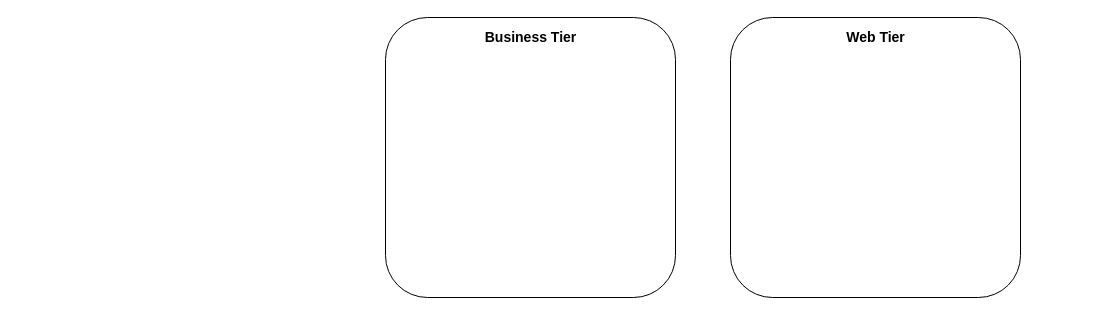
The draw.io diagram SnSLab6.drawio in LastMinuteBanter/DistinctionTaskUML, before the edit. Source tidied: cells renumbered, new cells numbered last; positions are measured from the earlier drawing's top-left corner, leaving out a move shared by most shapes. Both pictures are drawn from the tidied source at 100%, with x=0, y=0 at pixel (385, 17).
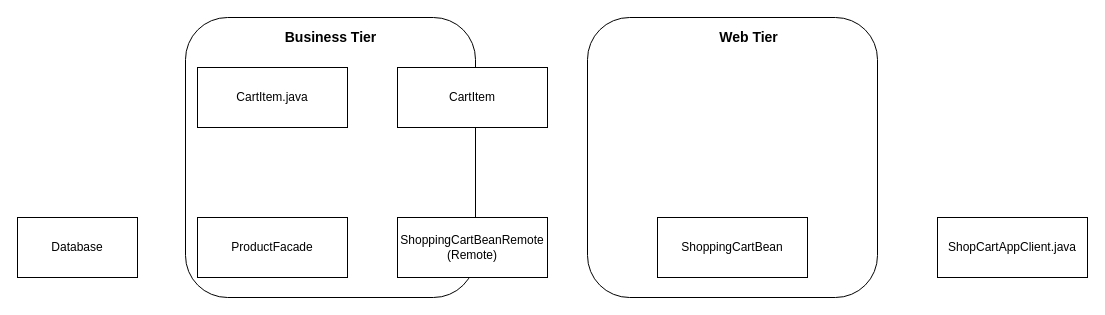
After the change.

What changed in the source:
```diff
@@
 <mxGraphModel>
   <root>
     <mxCell id="0" />
     <mxCell id="1" parent="0" />
     <mxCell id="2" style="rounded=1;whiteSpace=wrap;html=1;" parent="1" vertex="1">
-      <mxGeometry width="290" height="280" as="geometry" />
+      <mxGeometry x="-200" width="290" height="280" as="geometry" />
     </mxCell>
     <mxCell id="3" style="rounded=1;whiteSpace=wrap;html=1;" parent="1" vertex="1">
-      <mxGeometry x="345" width="290" height="280" as="geometry" />
+      <mxGeometry x="202" width="290" height="280" as="geometry" />
     </mxCell>
     <mxCell id="4" value="&lt;font style=&quot;font-size: 14px&quot;&gt;&lt;b&gt;Business Tier&lt;/b&gt;&lt;/font&gt;" style="text;html=1;strokeColor=none;fillColor=none;align=center;verticalAlign=middle;whiteSpace=wrap;rounded=0;" parent="1" vertex="1">
-      <mxGeometry x="93.8" y="10" width="102.5" height="20" as="geometry" />
+      <mxGeometry x="-106.2" y="10" width="102.5" height="20" as="geometry" />
     </mxCell>
     <mxCell id="5" value="&lt;font style=&quot;font-size: 14px&quot;&gt;&lt;b&gt;Web Tier&lt;/b&gt;&lt;/font&gt;" style="text;html=1;strokeColor=none;fillColor=none;align=center;verticalAlign=middle;whiteSpace=wrap;rounded=0;" parent="1" vertex="1">
-      <mxGeometry x="438.8" y="10" width="102.5" height="20" as="geometry" />
+      <mxGeometry x="312" y="10" width="102.5" height="20" as="geometry" />
     </mxCell>
+    <mxCell id="6" value="Database" style="rounded=0;whiteSpace=wrap;html=1;" parent="1" vertex="1">
+      <mxGeometry x="-368" y="200" width="120" height="60" as="geometry" />
+    </mxCell>
+    <mxCell id="7" value="ShopCartAppClient.java" style="rounded=0;whiteSpace=wrap;html=1;" parent="1" vertex="1">
+      <mxGeometry x="552" y="200" width="150" height="60" as="geometry" />
+    </mxCell>
+    <mxCell id="8" value="ShoppingCartBean" style="rounded=0;whiteSpace=wrap;html=1;" parent="1" vertex="1">
+      <mxGeometry x="272" y="200" width="150" height="60" as="geometry" />
+    </mxCell>
+    <mxCell id="9" value="CartItem" style="rounded=0;whiteSpace=wrap;html=1;" parent="1" vertex="1">
+      <mxGeometry x="12" y="50" width="150" height="60" as="geometry" />
+    </mxCell>
+    <mxCell id="10" value="ProductFacade" style="rounded=0;whiteSpace=wrap;html=1;" parent="1" vertex="1">
+      <mxGeometry x="-188" y="200" width="150" height="60" as="geometry" />
+    </mxCell>
+    <mxCell id="11" value="&lt;div&gt;ShoppingCartBeanRemote&lt;/div&gt;&lt;div&gt;(Remote)&lt;br&gt;&lt;/div&gt;" style="rounded=0;whiteSpace=wrap;html=1;" parent="1" vertex="1">
+      <mxGeometry x="12" y="200" width="150" height="60" as="geometry" />
+    </mxCell>
+    <mxCell id="12" value="CartItem.java" style="rounded=0;whiteSpace=wrap;html=1;" parent="1" vertex="1">
+      <mxGeometry x="-188" y="50" width="150" height="60" as="geometry" />
+    </mxCell>
   </root>
 </mxGraphModel>
```
